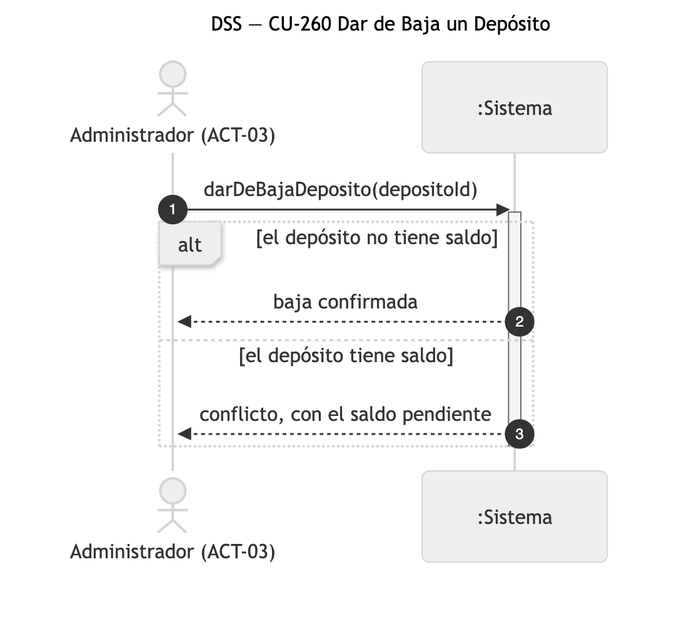
Nahuelito-Dev/splg-docs keeps this Mermaid diagram as diagramas/png/DSS_CU-260_Dar-de-Baja-un-Deposito.png. Above is the earlier version. Its source is kept beside it as diagramas/DSS_CU-260_Dar-de-Baja-un-Deposito.mmd.
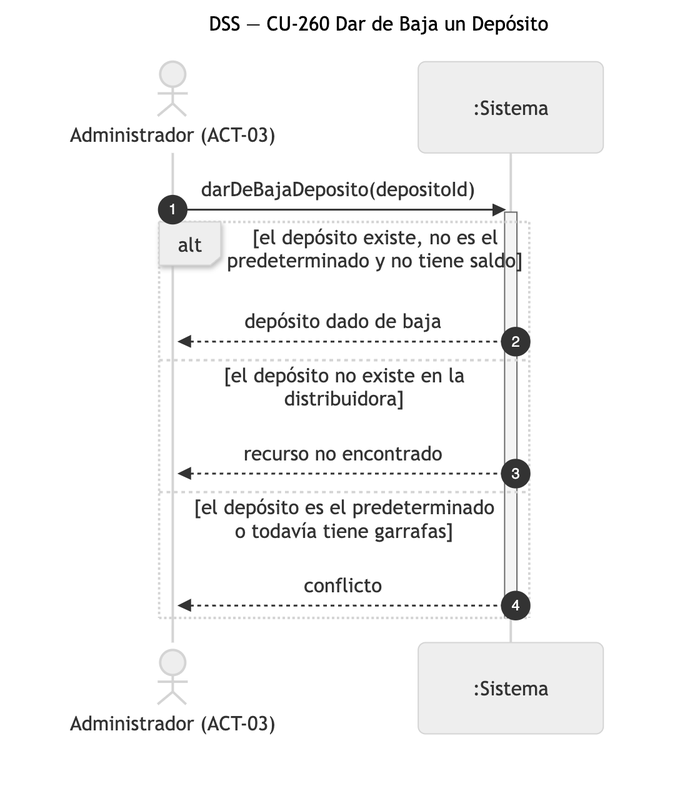
The same diagram one commit later.

Change to the diagram source:
```diff
@@ -6,9 +6,11 @@
 
     ADM->>SIS: darDeBajaDeposito(depositoId)
     activate SIS
-    alt el depósito no tiene saldo
-        SIS-->>ADM: baja confirmada
-    else el depósito tiene saldo
-        SIS-->>ADM: conflicto, con el saldo pendiente
+    alt el depósito existe, no es el predeterminado y no tiene saldo
+        SIS-->>ADM: depósito dado de baja
+    else el depósito no existe en la distribuidora
+        SIS-->>ADM: recurso no encontrado
+    else el depósito es el predeterminado o todavía tiene garrafas
+        SIS-->>ADM: conflicto
     end
     deactivate SIS
```
